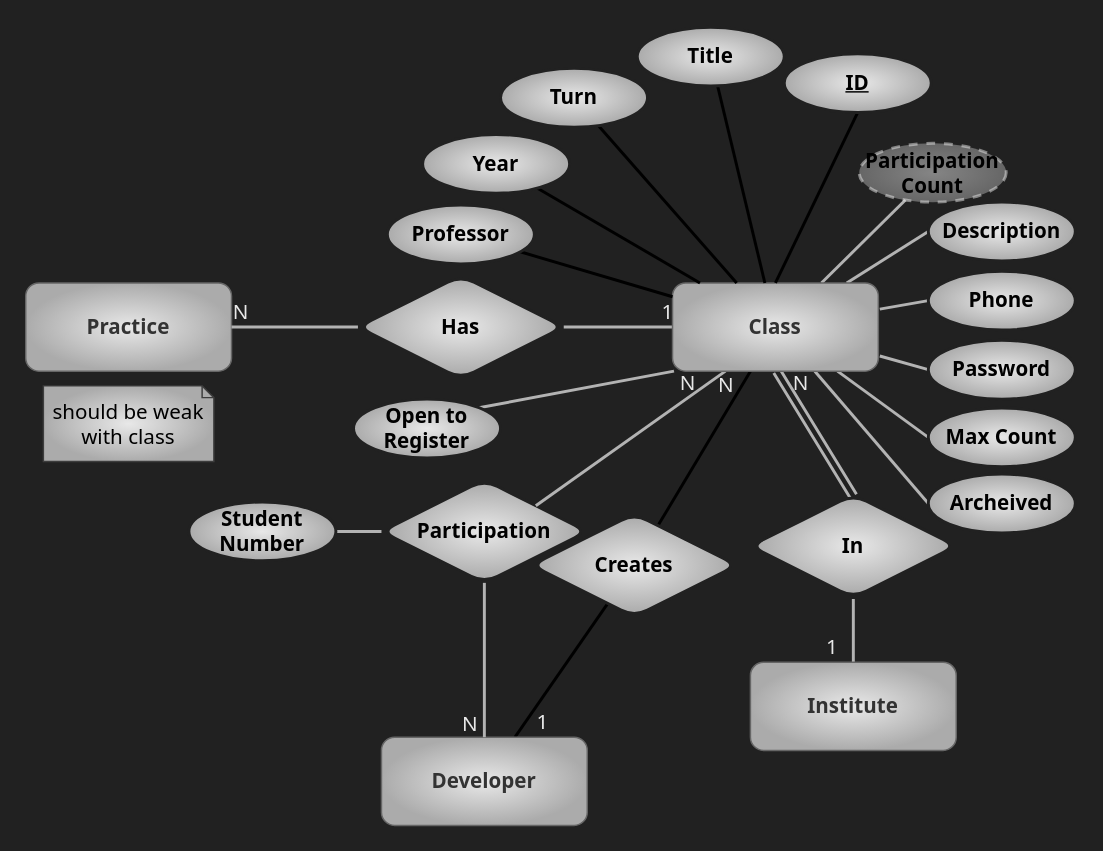
This is page "education" (5 of 5) of assets/er.drawio from kntu-db/quera-norm, a draw.io file, before an edit. Source tidied: cells renumbered, new cells numbered last; positions are measured from the earlier drawing's top-left corner, leaving out a move shared by most shapes. Both pictures are drawn from the tidied source at 147%, with x=0, y=0 at pixel (25, 26).
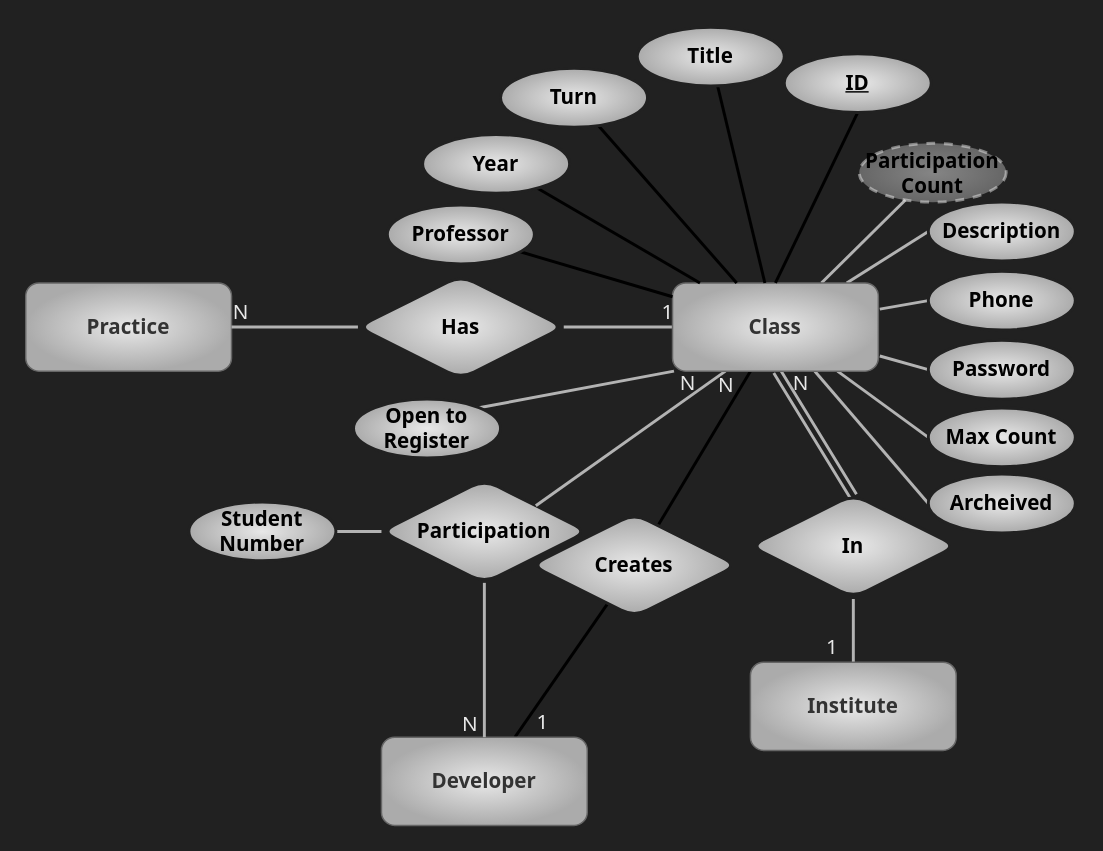
After the change.

The edit, as a diff of the source:
```diff
@@
-    <mxCell id="31" value="should be weak with class" style="shape=note;size=8;whiteSpace=wrap;html=1;rounded=1;shadow=0;glass=0;labelBackgroundColor=none;labelBorderColor=none;fontFamily=Tahoma;fontSize=14;fontColor=#000000;strokeColor=#3D3D3D;strokeWidth=1;fillColor=#E8E8E8;gradientColor=#ABABAB;gradientDirection=radial;" parent="1" vertex="1">
-      <mxGeometry x="12" y="244" width="116" height="51.5" as="geometry" />
-    </mxCell>
```
